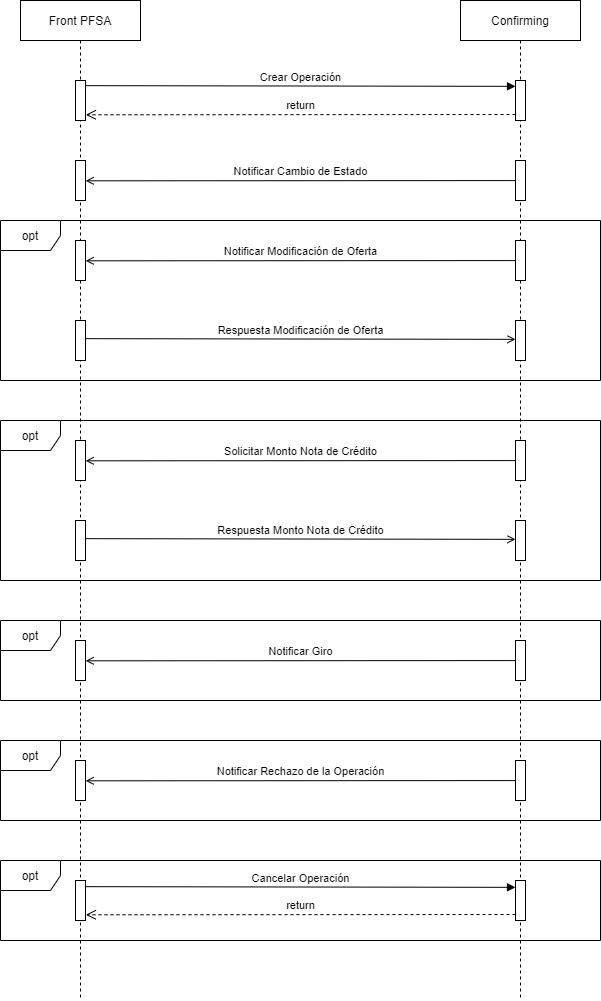
Derivatik/Recursos-Documentacion keeps this draw.io diagram as Confirming/Diagrama_secuencia_front_pfsa_confirming.png. Above is the earlier version. Source tidied: cells renumbered, new cells last; positions are measured from the earlier drawing's top-left corner, leaving out a move shared by most shapes. Its diagram source:
```xml
<mxGraphModel>
  <root>
    <mxCell id="0" />
    <mxCell id="1" parent="0" />
    <mxCell id="2" value="Confirming" style="shape=umlLifeline;perimeter=lifelinePerimeter;whiteSpace=wrap;html=1;" parent="1" vertex="1">
      <mxGeometry x="460" width="120" height="1000" as="geometry" />
    </mxCell>
    <mxCell id="3" style="html=1;perimeter=orthogonalPerimeter;" parent="2" vertex="1">
      <mxGeometry x="55" y="80" width="10" height="40" as="geometry" />
    </mxCell>
    <mxCell id="4" value="opt" style="shape=umlFrame;whiteSpace=wrap;html=1;" parent="1" vertex="1">
      <mxGeometry y="860" width="600" height="80" as="geometry" />
    </mxCell>
    <mxCell id="5" value="Front PFSA" style="shape=umlLifeline;perimeter=lifelinePerimeter;whiteSpace=wrap;html=1;" parent="1" vertex="1">
      <mxGeometry x="20" width="120" height="1000" as="geometry" />
    </mxCell>
    <mxCell id="6" style="html=1;perimeter=orthogonalPerimeter;" parent="5" vertex="1">
      <mxGeometry x="55" y="80" width="10" height="40" as="geometry" />
    </mxCell>
    <mxCell id="7" style="html=1;perimeter=orthogonalPerimeter;" parent="5" vertex="1">
      <mxGeometry x="55" y="160" width="10" height="40" as="geometry" />
    </mxCell>
    <mxCell id="8" value="opt" style="shape=umlFrame;whiteSpace=wrap;html=1;" parent="5" vertex="1">
      <mxGeometry x="-20" y="740" width="600" height="80" as="geometry" />
    </mxCell>
    <mxCell id="9" style="html=1;perimeter=orthogonalPerimeter;" parent="5" vertex="1">
      <mxGeometry x="55" y="760" width="10" height="40" as="geometry" />
    </mxCell>
    <mxCell id="10" style="html=1;perimeter=orthogonalPerimeter;" parent="5" vertex="1">
      <mxGeometry x="495" y="760" width="10" height="40" as="geometry" />
    </mxCell>
    <mxCell id="11" value="Notificar Rechazo de la Operación" style="html=1;verticalAlign=bottom;endArrow=open;entryX=1.016;entryY=0.083;entryDx=0;entryDy=0;entryPerimeter=0;exitX=-0.01;exitY=0.077;exitDx=0;exitDy=0;exitPerimeter=0;endFill=0;" parent="5" edge="1">
      <mxGeometry relative="1" as="geometry">
        <mxPoint x="494.9" y="780.1" as="sourcePoint" />
        <mxPoint x="65.2" y="780.3" as="targetPoint" />
      </mxGeometry>
    </mxCell>
    <mxCell id="12" style="html=1;perimeter=orthogonalPerimeter;" parent="5" vertex="1">
      <mxGeometry x="55" y="880" width="10" height="40" as="geometry" />
    </mxCell>
    <mxCell id="13" style="html=1;perimeter=orthogonalPerimeter;" parent="5" vertex="1">
      <mxGeometry x="495" y="880" width="10" height="40" as="geometry" />
    </mxCell>
    <mxCell id="14" value="Cancelar Operación" style="html=1;verticalAlign=bottom;endArrow=block;entryX=0;entryY=0.071;exitX=1.037;exitY=0.054;exitDx=0;exitDy=0;exitPerimeter=0;entryDx=0;entryDy=0;entryPerimeter=0;" parent="5" edge="1">
      <mxGeometry relative="1" as="geometry">
        <mxPoint x="65.4" y="886.2" as="sourcePoint" />
        <mxPoint x="495" y="886.8" as="targetPoint" />
      </mxGeometry>
    </mxCell>
    <mxCell id="15" value="return" style="html=1;verticalAlign=bottom;endArrow=open;dashed=1;endSize=8;exitX=0;exitY=0.95;entryX=1.037;entryY=0.957;entryDx=0;entryDy=0;entryPerimeter=0;" parent="5" edge="1">
      <mxGeometry relative="1" as="geometry">
        <mxPoint x="495" y="914" as="sourcePoint" />
        <mxPoint x="65.4" y="914.3" as="targetPoint" />
      </mxGeometry>
    </mxCell>
    <mxCell id="16" value="Crear Operación" style="html=1;verticalAlign=bottom;endArrow=block;entryX=0;entryY=0.071;exitX=1.037;exitY=0.054;exitDx=0;exitDy=0;exitPerimeter=0;entryDx=0;entryDy=0;entryPerimeter=0;" parent="1" edge="1">
      <mxGeometry relative="1" as="geometry">
        <mxPoint x="85.4" y="85.2" as="sourcePoint" />
        <mxPoint x="515" y="85.8" as="targetPoint" />
      </mxGeometry>
    </mxCell>
    <mxCell id="17" value="return" style="html=1;verticalAlign=bottom;endArrow=open;dashed=1;endSize=8;exitX=0;exitY=0.95;entryX=1.037;entryY=0.957;entryDx=0;entryDy=0;entryPerimeter=0;" parent="1" edge="1">
      <mxGeometry relative="1" as="geometry">
        <mxPoint x="515" y="114" as="sourcePoint" />
        <mxPoint x="85.4" y="114.3" as="targetPoint" />
      </mxGeometry>
    </mxCell>
    <mxCell id="18" style="html=1;perimeter=orthogonalPerimeter;" parent="1" vertex="1">
      <mxGeometry x="515" y="160" width="10" height="40" as="geometry" />
    </mxCell>
    <mxCell id="19" value="Notificar Cambio de Estado" style="html=1;verticalAlign=bottom;endArrow=open;entryX=1.016;entryY=0.083;entryDx=0;entryDy=0;entryPerimeter=0;exitX=-0.01;exitY=0.077;exitDx=0;exitDy=0;exitPerimeter=0;endFill=0;" parent="1" edge="1">
      <mxGeometry relative="1" as="geometry">
        <mxPoint x="514.9" y="180.1" as="sourcePoint" />
        <mxPoint x="85.2" y="180.3" as="targetPoint" />
      </mxGeometry>
    </mxCell>
    <mxCell id="20" value="opt" style="shape=umlFrame;whiteSpace=wrap;html=1;" parent="1" vertex="1">
      <mxGeometry y="220" width="600" height="160" as="geometry" />
    </mxCell>
    <mxCell id="21" style="html=1;perimeter=orthogonalPerimeter;" parent="1" vertex="1">
      <mxGeometry x="75" y="240" width="10" height="40" as="geometry" />
    </mxCell>
    <mxCell id="22" style="html=1;perimeter=orthogonalPerimeter;" parent="1" vertex="1">
      <mxGeometry x="515" y="240" width="10" height="40" as="geometry" />
    </mxCell>
    <mxCell id="23" value="Notificar Modificación de Oferta" style="html=1;verticalAlign=bottom;endArrow=open;entryX=1.016;entryY=0.083;entryDx=0;entryDy=0;entryPerimeter=0;exitX=-0.01;exitY=0.077;exitDx=0;exitDy=0;exitPerimeter=0;endFill=0;" parent="1" edge="1">
      <mxGeometry relative="1" as="geometry">
        <mxPoint x="514.9" y="260.1" as="sourcePoint" />
        <mxPoint x="85.2" y="260.3" as="targetPoint" />
      </mxGeometry>
    </mxCell>
    <mxCell id="24" style="html=1;perimeter=orthogonalPerimeter;" parent="1" vertex="1">
      <mxGeometry x="75" y="320" width="10" height="40" as="geometry" />
    </mxCell>
    <mxCell id="25" style="html=1;perimeter=orthogonalPerimeter;" parent="1" vertex="1">
      <mxGeometry x="515" y="320" width="10" height="40" as="geometry" />
    </mxCell>
    <mxCell id="26" value="Respuesta Modificación de Oferta" style="html=1;verticalAlign=bottom;endArrow=open;entryX=0;entryY=0.071;exitX=1.037;exitY=0.054;exitDx=0;exitDy=0;exitPerimeter=0;entryDx=0;entryDy=0;entryPerimeter=0;endFill=0;" parent="1" edge="1">
      <mxGeometry relative="1" as="geometry">
        <mxPoint x="85.4" y="338.2" as="sourcePoint" />
        <mxPoint x="515" y="338.8" as="targetPoint" />
      </mxGeometry>
    </mxCell>
    <mxCell id="27" value="opt" style="shape=umlFrame;whiteSpace=wrap;html=1;" parent="1" vertex="1">
      <mxGeometry y="420" width="600" height="160" as="geometry" />
    </mxCell>
    <mxCell id="28" style="html=1;perimeter=orthogonalPerimeter;" parent="1" vertex="1">
      <mxGeometry x="75" y="440" width="10" height="40" as="geometry" />
    </mxCell>
    <mxCell id="29" style="html=1;perimeter=orthogonalPerimeter;" parent="1" vertex="1">
      <mxGeometry x="515" y="440" width="10" height="40" as="geometry" />
    </mxCell>
    <mxCell id="30" value="Solicitar Monto Nota de Crédito" style="html=1;verticalAlign=bottom;endArrow=open;entryX=1.016;entryY=0.083;entryDx=0;entryDy=0;entryPerimeter=0;exitX=-0.01;exitY=0.077;exitDx=0;exitDy=0;exitPerimeter=0;endFill=0;" parent="1" edge="1">
      <mxGeometry relative="1" as="geometry">
        <mxPoint x="514.9" y="460.1" as="sourcePoint" />
        <mxPoint x="85.2" y="460.3" as="targetPoint" />
      </mxGeometry>
    </mxCell>
    <mxCell id="31" style="html=1;perimeter=orthogonalPerimeter;" parent="1" vertex="1">
      <mxGeometry x="75" y="520" width="10" height="40" as="geometry" />
    </mxCell>
    <mxCell id="32" style="html=1;perimeter=orthogonalPerimeter;" parent="1" vertex="1">
      <mxGeometry x="515" y="520" width="10" height="40" as="geometry" />
    </mxCell>
    <mxCell id="33" value="Respuesta Monto Nota de Crédito" style="html=1;verticalAlign=bottom;endArrow=open;entryX=0;entryY=0.071;exitX=1.037;exitY=0.054;exitDx=0;exitDy=0;exitPerimeter=0;entryDx=0;entryDy=0;entryPerimeter=0;endFill=0;" parent="1" edge="1">
      <mxGeometry relative="1" as="geometry">
        <mxPoint x="85.4" y="538.2" as="sourcePoint" />
        <mxPoint x="515" y="538.8" as="targetPoint" />
      </mxGeometry>
    </mxCell>
    <mxCell id="34" value="opt" style="shape=umlFrame;whiteSpace=wrap;html=1;" parent="1" vertex="1">
      <mxGeometry y="620" width="600" height="80" as="geometry" />
    </mxCell>
    <mxCell id="35" style="html=1;perimeter=orthogonalPerimeter;" parent="1" vertex="1">
      <mxGeometry x="75" y="640" width="10" height="40" as="geometry" />
    </mxCell>
    <mxCell id="36" style="html=1;perimeter=orthogonalPerimeter;" parent="1" vertex="1">
      <mxGeometry x="515" y="640" width="10" height="40" as="geometry" />
    </mxCell>
    <mxCell id="37" value="Notificar Giro" style="html=1;verticalAlign=bottom;endArrow=open;entryX=1.016;entryY=0.083;entryDx=0;entryDy=0;entryPerimeter=0;exitX=-0.01;exitY=0.077;exitDx=0;exitDy=0;exitPerimeter=0;endFill=0;" parent="1" edge="1">
      <mxGeometry relative="1" as="geometry">
        <mxPoint x="514.9" y="660.1" as="sourcePoint" />
        <mxPoint x="85.2" y="660.3" as="targetPoint" />
      </mxGeometry>
    </mxCell>
  </root>
</mxGraphModel>
```
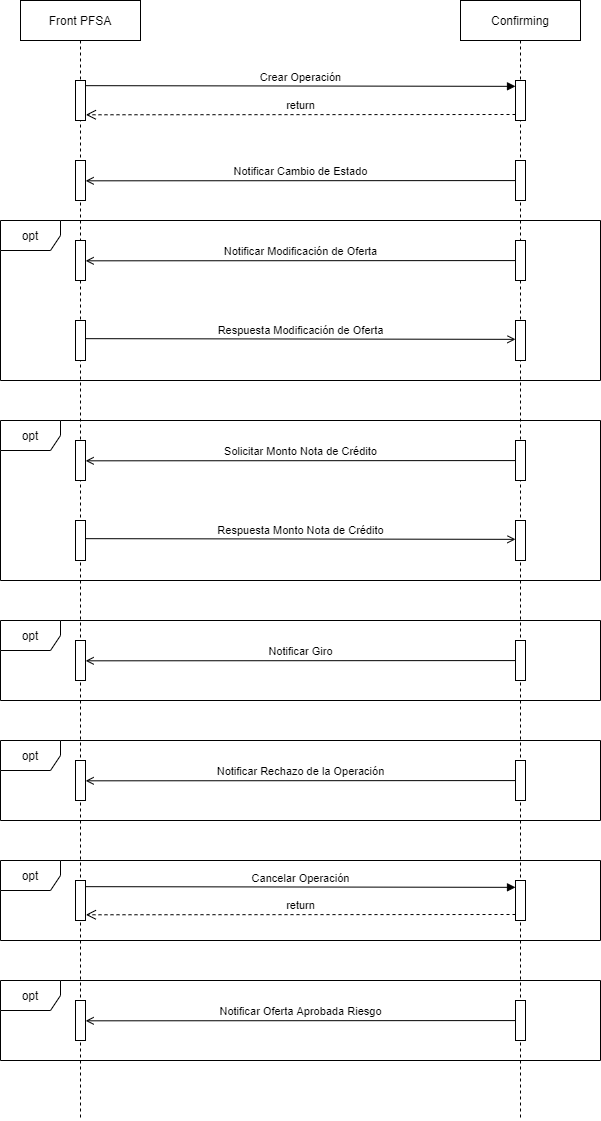
After the change.

Commit message:
confirming pfsa

Change to the diagram source:
```diff
@@ -3,7 +3,7 @@
     <mxCell id="0" />
     <mxCell id="1" parent="0" />
     <mxCell id="2" value="Confirming" style="shape=umlLifeline;perimeter=lifelinePerimeter;whiteSpace=wrap;html=1;" parent="1" vertex="1">
-      <mxGeometry x="460" width="120" height="1000" as="geometry" />
+      <mxGeometry x="460" width="120" height="1120" as="geometry" />
     </mxCell>
     <mxCell id="3" style="html=1;perimeter=orthogonalPerimeter;" parent="2" vertex="1">
       <mxGeometry x="55" y="80" width="10" height="40" as="geometry" />
@@ -12,7 +12,7 @@
       <mxGeometry y="860" width="600" height="80" as="geometry" />
     </mxCell>
     <mxCell id="5" value="Front PFSA" style="shape=umlLifeline;perimeter=lifelinePerimeter;whiteSpace=wrap;html=1;" parent="1" vertex="1">
-      <mxGeometry x="20" width="120" height="1000" as="geometry" />
+      <mxGeometry x="20" width="120" height="1120" as="geometry" />
     </mxCell>
     <mxCell id="6" style="html=1;perimeter=orthogonalPerimeter;" parent="5" vertex="1">
       <mxGeometry x="55" y="80" width="10" height="40" as="geometry" />
@@ -53,6 +53,21 @@
         <mxPoint x="65.4" y="914.3" as="targetPoint" />
       </mxGeometry>
     </mxCell>
+    <mxCell id="38" value="opt" style="shape=umlFrame;whiteSpace=wrap;html=1;" parent="5" vertex="1">
+      <mxGeometry x="-20" y="980" width="600" height="80" as="geometry" />
+    </mxCell>
+    <mxCell id="39" style="html=1;perimeter=orthogonalPerimeter;" parent="5" vertex="1">
+      <mxGeometry x="55" y="1000" width="10" height="40" as="geometry" />
+    </mxCell>
+    <mxCell id="40" style="html=1;perimeter=orthogonalPerimeter;" parent="5" vertex="1">
+      <mxGeometry x="495" y="1000" width="10" height="40" as="geometry" />
+    </mxCell>
+    <mxCell id="41" value="Notificar Oferta Aprobada Riesgo" style="html=1;verticalAlign=bottom;endArrow=open;entryX=1.016;entryY=0.083;entryDx=0;entryDy=0;entryPerimeter=0;exitX=-0.01;exitY=0.077;exitDx=0;exitDy=0;exitPerimeter=0;endFill=0;" parent="5" edge="1">
+      <mxGeometry relative="1" as="geometry">
+        <mxPoint x="494.9" y="1020.1" as="sourcePoint" />
+        <mxPoint x="65.2" y="1020.3" as="targetPoint" />
+      </mxGeometry>
+    </mxCell>
     <mxCell id="16" value="Crear Operación" style="html=1;verticalAlign=bottom;endArrow=block;entryX=0;entryY=0.071;exitX=1.037;exitY=0.054;exitDx=0;exitDy=0;exitPerimeter=0;entryDx=0;entryDy=0;entryPerimeter=0;" parent="1" edge="1">
       <mxGeometry relative="1" as="geometry">
         <mxPoint x="85.4" y="85.2" as="sourcePoint" />
```
